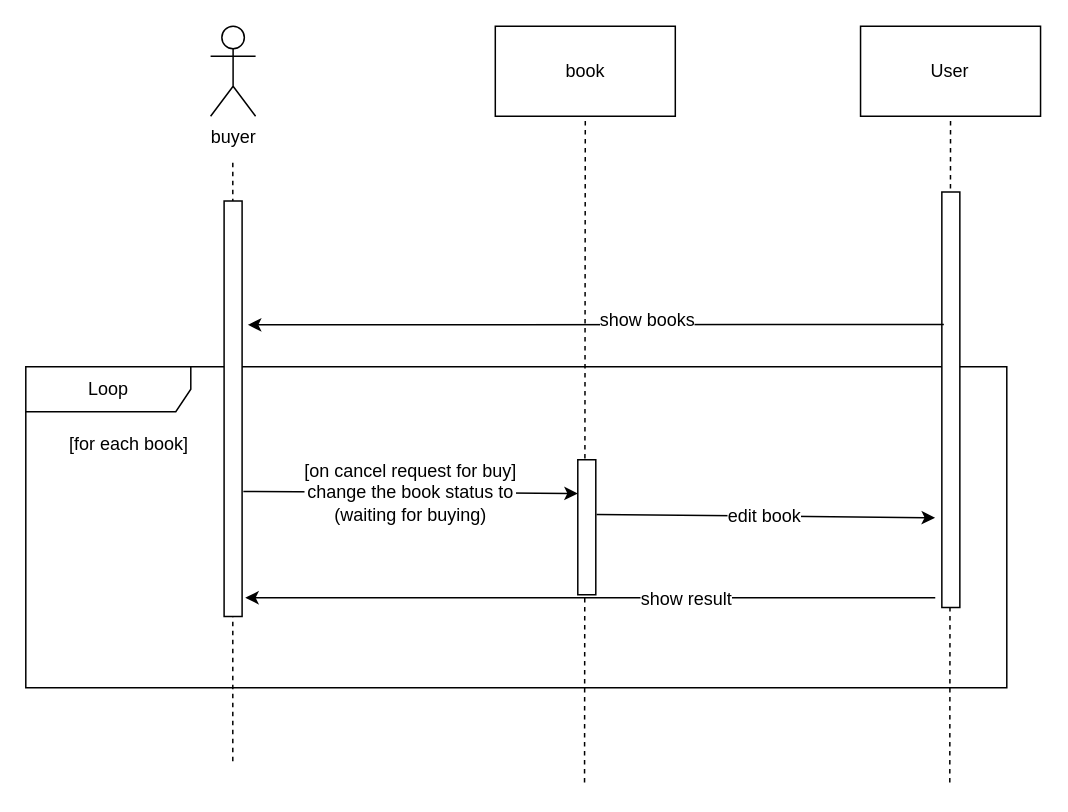
Before: Sequence Diagram/sequence-diagram-cancel-request-for-buy.drawio in m-bassiri/HamyarApp, a draw.io diagram. Source tidied: cells renumbered, new cells numbered last; positions are measured from the earlier drawing's top-left corner, leaving out a move shared by most shapes. Both pictures are drawn from the tidied source at 150%, with x=0, y=0 at pixel (24, 26).
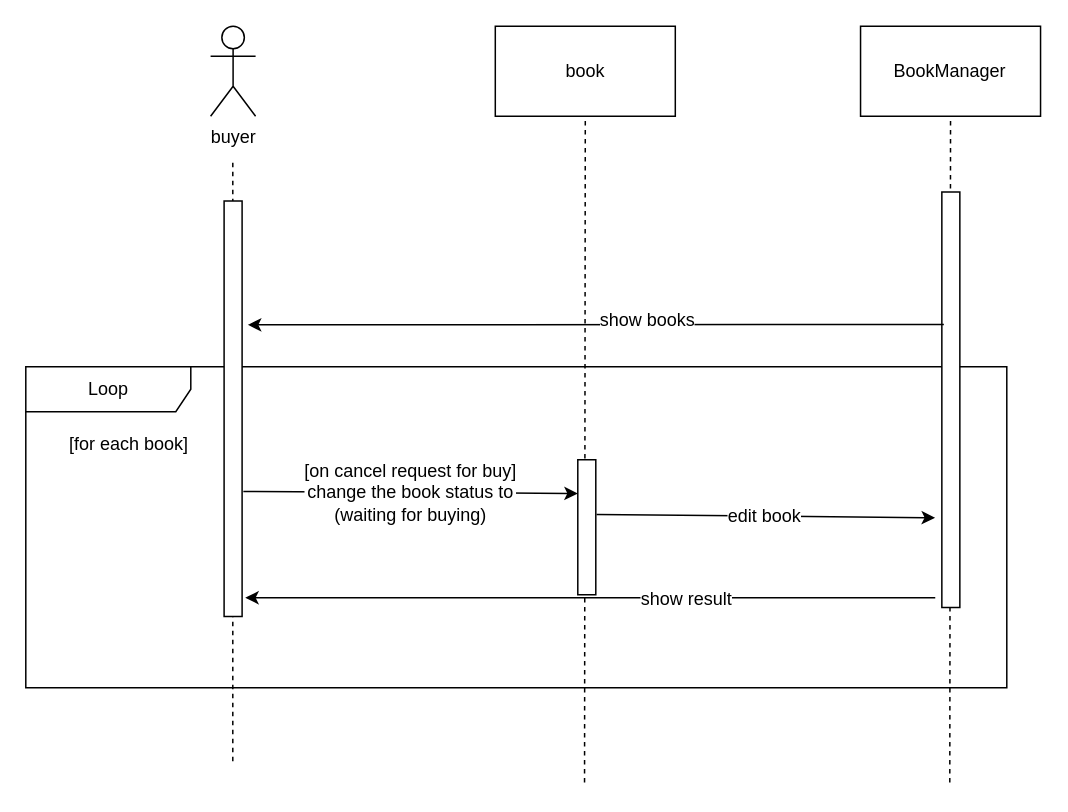
After the change.

What changed in the source:
```diff
@@
-    <mxCell id="9" value="User" style="rounded=0;whiteSpace=wrap;html=1;" parent="1" vertex="1">
+    <mxCell id="9" value="BookManager" style="rounded=0;whiteSpace=wrap;html=1;" parent="1" vertex="1">
       <mxGeometry x="557.2" width="120" height="60" as="geometry" />
     </mxCell>
```
